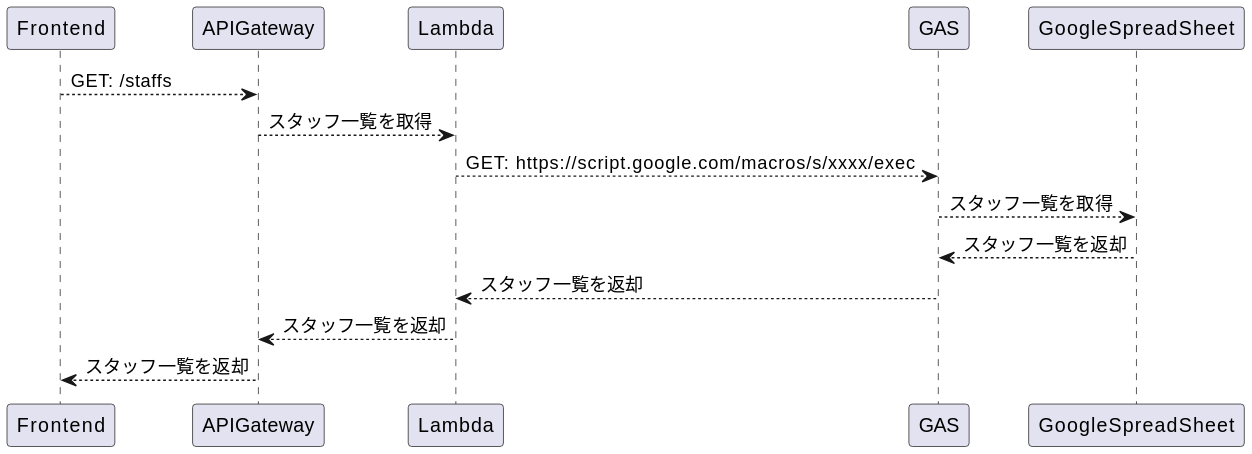
Above: src/diagrams-svg/sequence/GetStaffs/GetStaffs.svg in Fukuemon/ReceiptCheckerDesignDocs (PlantUML), before the change.
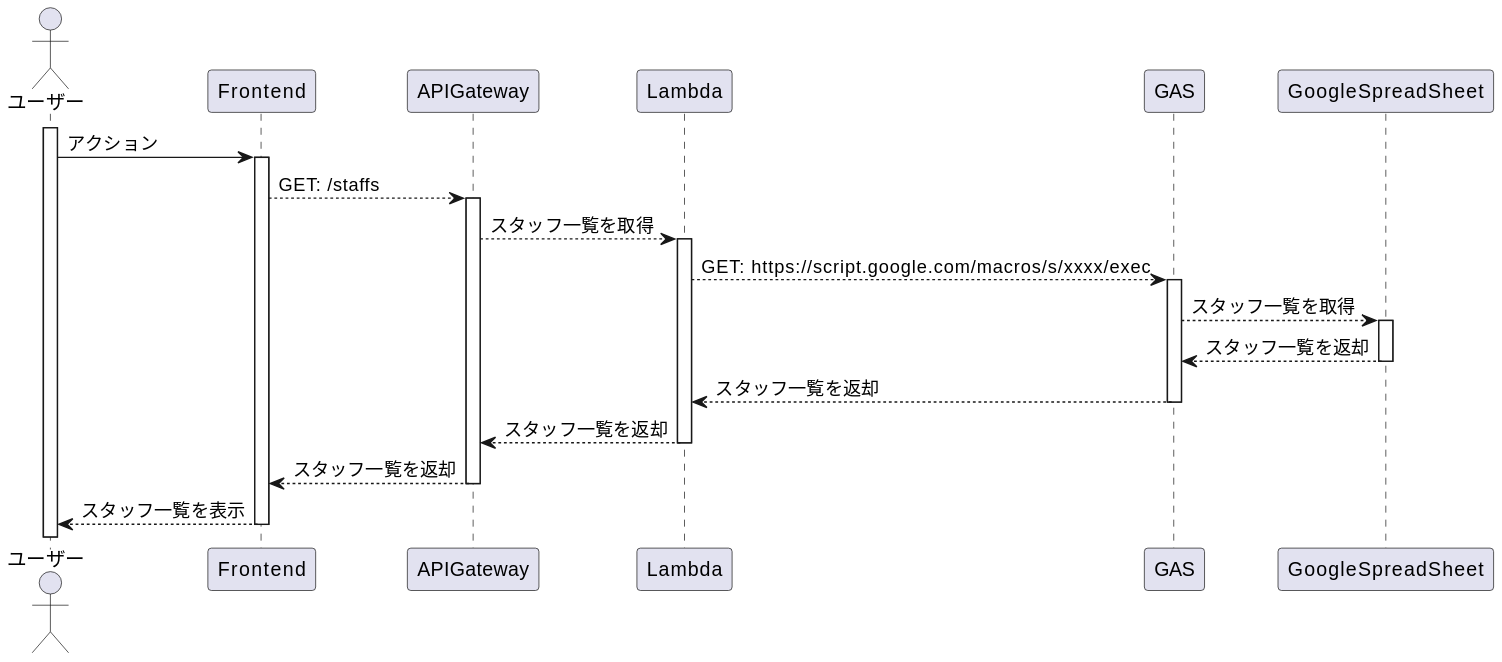
After the commit.

What changed in the source:
```diff
@@ -1,16 +1,30 @@
 @startuml
+Actor ユーザー
 Participant Frontend as Front
 Participant APIGateway as Gateway
 Participant Lambda
 Participant GAS
 Participant GoogleSpreadSheet
 
+activate ユーザー
+ユーザー -> Front: アクション
+activate Front
 Front --> Gateway: GET: /staffs
+activate Gateway
 Gateway --> Lambda: スタッフ一覧を取得
+activate Lambda
 Lambda --> GAS: GET: https://script.google.com/macros/s/xxxx/exec
+activate GAS
 GAS --> GoogleSpreadSheet: スタッフ一覧を取得
+activate GoogleSpreadSheet
 GoogleSpreadSheet --> GAS: スタッフ一覧を返却
+deactivate GoogleSpreadSheet
 GAS --> Lambda: スタッフ一覧を返却
+deactivate GAS
 Lambda --> Gateway: スタッフ一覧を返却
+deactivate Lambda
 Gateway --> Front: スタッフ一覧を返却
+deactivate Gateway
+Front --> ユーザー: スタッフ一覧を表示
+deactivate Front
 @enduml
```
